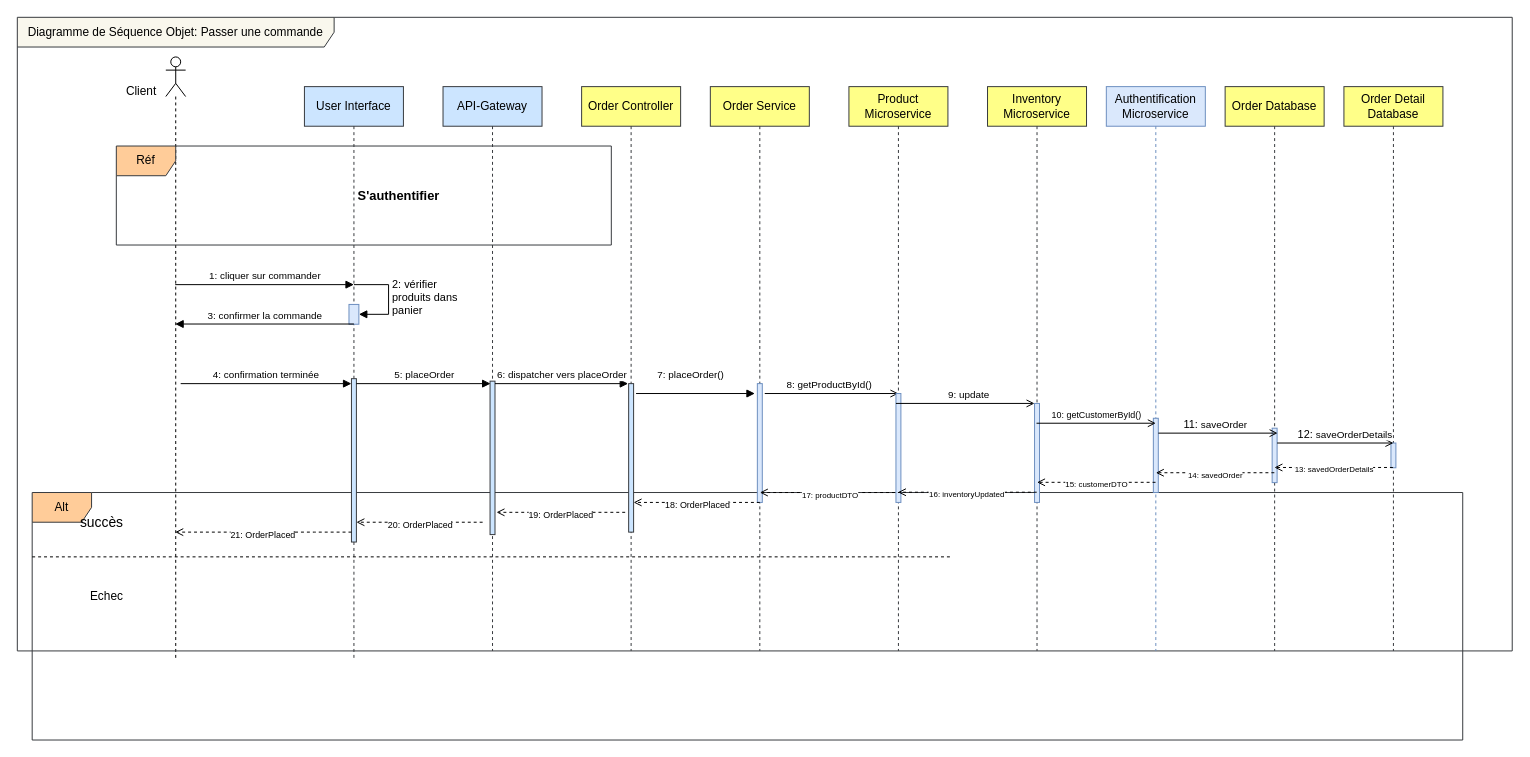
This is place-order.drawio from amine-elarass49/angular_doc, a draw.io file, before an edit. Source tidied: cells renumbered, new cells numbered last; positions are measured from the earlier drawing's top-left corner, leaving out a move shared by most shapes. Both pictures are drawn from the tidied source at 99%, with x=0, y=0 at pixel (17, 17).
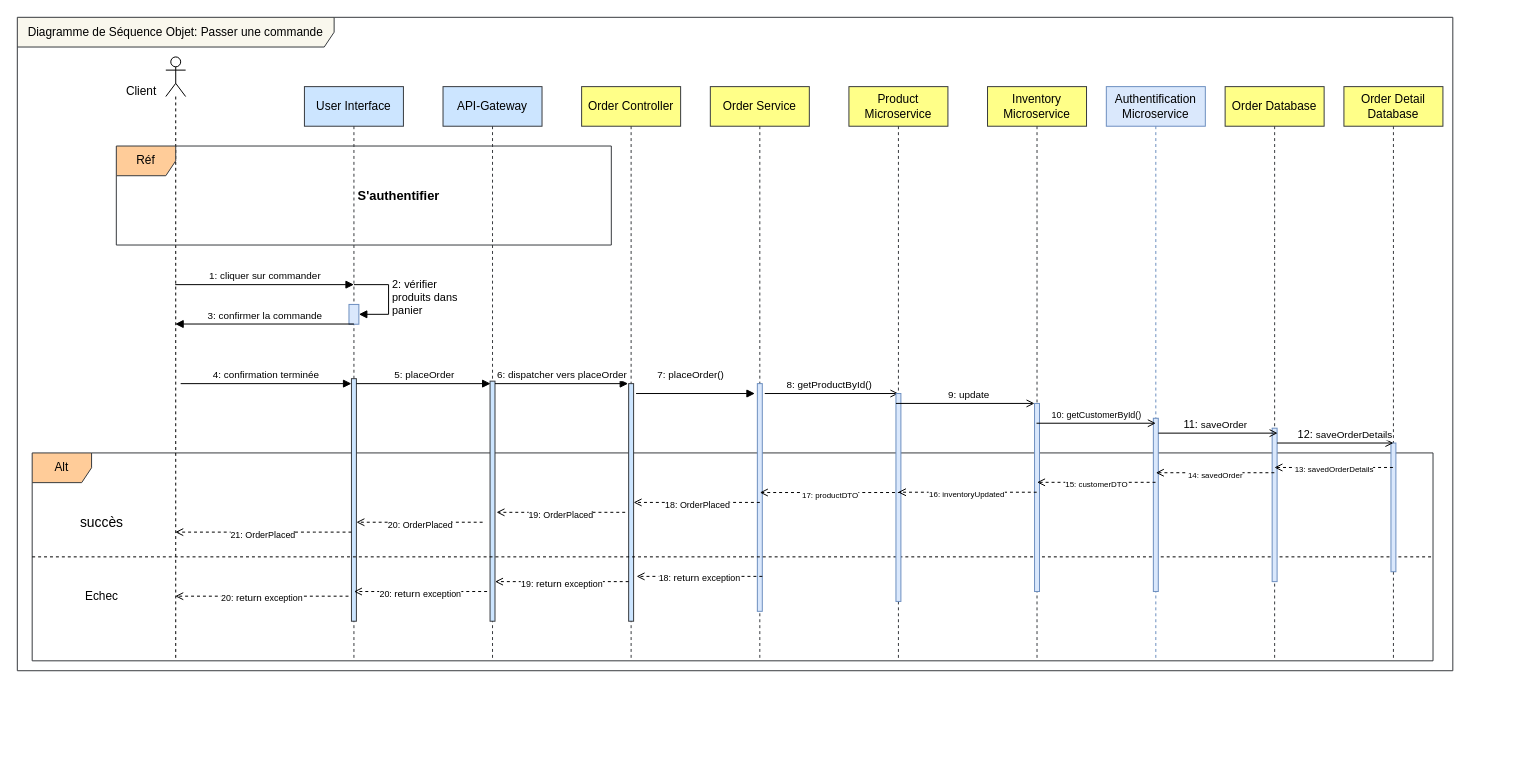
The same diagram, later.

The change refers to these unchanged cells:
```xml
<mxCell id="3" style="shape=umlLifeline;perimeter=lifelinePerimeter;whiteSpace=wrap;html=1;outlineConnect=0;portConstraint=eastwest;newEdgeStyle={&quot;curved&quot;:0,&quot;rounded&quot;:0};participant=umlActor;size=40;" parent="1" vertex="1">
  <mxGeometry x="150" y="40" width="20" height="610" as="geometry" />
</mxCell>
<mxCell id="4" value="User Interface" style="shape=umlLifeline;perimeter=lifelinePerimeter;whiteSpace=wrap;html=1;newEdgeStyle={&quot;curved&quot;:0,&quot;rounded&quot;:0};fillColor=#cce5ff;strokeColor=#36393d;" parent="1" vertex="1">
  <mxGeometry x="290" y="70" width="100" height="580" as="geometry" />
</mxCell>
```

Change to the diagram source:
```diff
@@
     <mxCell id="2" value="Alt" style="shape=umlFrame;whiteSpace=wrap;html=1;fillColor=#ffcc99;strokeColor=#36393d;" parent="1" vertex="1">
-      <mxGeometry x="15" y="480" width="1445" height="250" as="geometry" />
+      <mxGeometry x="15" y="440" width="1415" height="210" as="geometry" />
     </mxCell>
@@
     <mxCell id="5" style="html=1;points=[[0,0,0,0,5],[0,1,0,0,-5],[1,0,0,0,5],[1,1,0,0,-5]];perimeter=orthogonalPerimeter;outlineConnect=0;targetShapes=umlLifeline;portConstraint=eastwest;newEdgeStyle={&quot;curved&quot;:0,&quot;rounded&quot;:0};fillColor=#cce5ff;strokeColor=#36393d;" parent="4" vertex="1">
-      <mxGeometry x="47.5" y="295" width="5" height="165" as="geometry" />
+      <mxGeometry x="47.5" y="295" width="5" height="245" as="geometry" />
     </mxCell>
@@
     <mxCell id="7" value="API-Gateway" style="shape=umlLifeline;perimeter=lifelinePerimeter;whiteSpace=wrap;html=1;newEdgeStyle={&quot;curved&quot;:0,&quot;rounded&quot;:0};fillColor=#cce5ff;strokeColor=#36393d;" parent="1" vertex="1">
-      <mxGeometry x="430" y="70" width="100" height="570" as="geometry" />
+      <mxGeometry x="430" y="70" width="100" height="580" as="geometry" />
     </mxCell>
     <mxCell id="8" style="html=1;points=[[0,0,0,0,5],[0,1,0,0,-5],[1,0,0,0,5],[1,1,0,0,-5]];perimeter=orthogonalPerimeter;outlineConnect=0;targetShapes=umlLifeline;portConstraint=eastwest;newEdgeStyle={&quot;curved&quot;:0,&quot;rounded&quot;:0};fillColor=#cce5ff;strokeColor=#36393d;" parent="7" vertex="1">
-      <mxGeometry x="47.5" y="297.5" width="5" height="155" as="geometry" />
+      <mxGeometry x="47.5" y="297.5" width="5" height="242.5" as="geometry" />
     </mxCell>
     <mxCell id="9" value="Order Controller" style="shape=umlLifeline;perimeter=lifelinePerimeter;whiteSpace=wrap;html=1;newEdgeStyle={&quot;curved&quot;:0,&quot;rounded&quot;:0};fillColor=#ffff88;strokeColor=#36393d;" parent="1" vertex="1">
-      <mxGeometry x="570" y="70" width="100" height="570" as="geometry" />
+      <mxGeometry x="570" y="70" width="100" height="580" as="geometry" />
     </mxCell>
     <mxCell id="10" value="Order Service" style="shape=umlLifeline;perimeter=lifelinePerimeter;whiteSpace=wrap;html=1;newEdgeStyle={&quot;curved&quot;:0,&quot;rounded&quot;:0};fillColor=#ffff88;strokeColor=#36393d;" parent="1" vertex="1">
-      <mxGeometry x="700" y="70" width="100" height="570" as="geometry" />
+      <mxGeometry x="700" y="70" width="100" height="580" as="geometry" />
     </mxCell>
     <mxCell id="11" value="Product Microservice" style="shape=umlLifeline;perimeter=lifelinePerimeter;whiteSpace=wrap;html=1;outlineConnect=0;portConstraint=eastwest;newEdgeStyle={&quot;curved&quot;:0,&quot;rounded&quot;:0};fillColor=#ffff88;strokeColor=#36393d;" parent="1" vertex="1">
-      <mxGeometry x="840" y="70" width="100" height="570" as="geometry" />
+      <mxGeometry x="840" y="70" width="100" height="580" as="geometry" />
     </mxCell>
@@
     <mxCell id="18" style="html=1;points=[[0,0,0,0,5],[0,1,0,0,-5],[1,0,0,0,5],[1,1,0,0,-5]];perimeter=orthogonalPerimeter;outlineConnect=0;targetShapes=umlLifeline;portConstraint=eastwest;newEdgeStyle={&quot;curved&quot;:0,&quot;rounded&quot;:0};fillColor=#cce5ff;strokeColor=#36393d;" parent="1" vertex="1">
-      <mxGeometry x="617.5" y="370" width="5" height="150" as="geometry" />
+      <mxGeometry x="617.5" y="370" width="5" height="240" as="geometry" />
     </mxCell>
     <mxCell id="19" style="html=1;perimeter=orthogonalPerimeter;targetShapes=umlLifeline;newEdgeStyle={&quot;curved&quot;:0,&quot;rounded&quot;:0};fillColor=#dae8fc;strokeColor=#6c8ebf;" parent="1" vertex="1">
-      <mxGeometry x="747.5" y="370" width="5" height="120" as="geometry" />
+      <mxGeometry x="747.5" y="370" width="5" height="230" as="geometry" />
     </mxCell>
@@
     <mxCell id="22" value="Echec" style="text;html=1;align=center;verticalAlign=middle;strokeColor=none;fillColor=none;" parent="1" vertex="1">
-      <mxGeometry x="60" y="570" width="60" height="30" as="geometry" />
+      <mxGeometry x="55" y="570" width="60" height="30" as="geometry" />
     </mxCell>
@@
     <mxCell id="24" style="line;strokeWidth=1;fillColor=none;align=left;verticalAlign=middle;spacingTop=-1;spacingLeft=3;spacingRight=3;labelPosition=right;strokeColor=inherit;dashed=1;" parent="1" vertex="1">
-      <mxGeometry x="15" y="541" width="930" height="8" as="geometry" />
+      <mxGeometry x="15" y="541" width="1415" height="8" as="geometry" />
     </mxCell>
     <mxCell id="25" value="Diagramme de Séquence Objet: Passer une commande" style="shape=umlFrame;whiteSpace=wrap;html=1;width=320;height=30;fillColor=#f9f7ed;strokeColor=#36393d;" parent="1" vertex="1">
-      <mxGeometry width="1510" height="640" as="geometry" />
+      <mxGeometry width="1450" height="660" as="geometry" />
     </mxCell>
@@
     <mxCell id="28" value="Inventory Microservice" style="shape=umlLifeline;perimeter=lifelinePerimeter;whiteSpace=wrap;html=1;newEdgeStyle={&quot;curved&quot;:0,&quot;rounded&quot;:0};fillColor=#ffff88;strokeColor=#36393d;" parent="1" vertex="1">
-      <mxGeometry x="980" y="70" width="100" height="570" as="geometry" />
+      <mxGeometry x="980" y="70" width="100" height="580" as="geometry" />
     </mxCell>
     <mxCell id="29" style="html=1;points=[[0,0,0,0,5],[0,1,0,0,-5],[1,0,0,0,5],[1,1,0,0,-5]];perimeter=orthogonalPerimeter;outlineConnect=0;targetShapes=umlLifeline;portConstraint=eastwest;newEdgeStyle={&quot;curved&quot;:0,&quot;rounded&quot;:0};fillColor=#dae8fc;strokeColor=#6c8ebf;" parent="28" vertex="1">
-      <mxGeometry x="47.5" y="320" width="5" height="100" as="geometry" />
+      <mxGeometry x="47.5" y="320" width="5" height="190" as="geometry" />
     </mxCell>
     <mxCell id="30" value="Order Database" style="shape=umlLifeline;perimeter=lifelinePerimeter;whiteSpace=wrap;html=1;newEdgeStyle={&quot;curved&quot;:0,&quot;rounded&quot;:0};fillColor=#ffff88;strokeColor=#36393d;" parent="1" vertex="1">
-      <mxGeometry x="1220" y="70" width="100" height="570" as="geometry" />
+      <mxGeometry x="1220" y="70" width="100" height="580" as="geometry" />
     </mxCell>
     <mxCell id="31" style="html=1;points=[[0,0,0,0,5],[0,1,0,0,-5],[1,0,0,0,5],[1,1,0,0,-5]];perimeter=orthogonalPerimeter;outlineConnect=0;targetShapes=umlLifeline;portConstraint=eastwest;newEdgeStyle={&quot;curved&quot;:0,&quot;rounded&quot;:0};fillColor=#dae8fc;strokeColor=#6c8ebf;" parent="30" vertex="1">
-      <mxGeometry x="47.5" y="345" width="5" height="55" as="geometry" />
+      <mxGeometry x="47.5" y="345" width="5" height="155" as="geometry" />
     </mxCell>
@@
     <mxCell id="33" value="Authentification Microservice" style="shape=umlLifeline;perimeter=lifelinePerimeter;whiteSpace=wrap;html=1;newEdgeStyle={&quot;curved&quot;:0,&quot;rounded&quot;:0};fillColor=#dae8fc;strokeColor=#6c8ebf;" parent="1" vertex="1">
-      <mxGeometry x="1100" y="70" width="100" height="570" as="geometry" />
+      <mxGeometry x="1100" y="70" width="100" height="580" as="geometry" />
     </mxCell>
     <mxCell id="34" style="html=1;perimeter=orthogonalPerimeter;targetShapes=umlLifeline;newEdgeStyle={&quot;curved&quot;:0,&quot;rounded&quot;:0};fillColor=#dae8fc;strokeColor=#6c8ebf;" parent="33" vertex="1">
-      <mxGeometry x="47.5" y="335" width="5" height="75" as="geometry" />
+      <mxGeometry x="47.5" y="335" width="5" height="175" as="geometry" />
     </mxCell>
@@
     <mxCell id="36" value="Order Detail Database" style="shape=umlLifeline;perimeter=lifelinePerimeter;whiteSpace=wrap;html=1;newEdgeStyle={&quot;curved&quot;:0,&quot;rounded&quot;:0};fillColor=#ffff88;strokeColor=#36393d;" parent="1" vertex="1">
-      <mxGeometry x="1340" y="70" width="100" height="570" as="geometry" />
+      <mxGeometry x="1340" y="70" width="100" height="580" as="geometry" />
     </mxCell>
     <mxCell id="37" style="html=1;perimeter=orthogonalPerimeter;targetShapes=umlLifeline;newEdgeStyle={&quot;curved&quot;:0,&quot;rounded&quot;:0};fillColor=#dae8fc;strokeColor=#6c8ebf;" parent="36" vertex="1">
-      <mxGeometry x="47.5" y="360" width="5" height="25" as="geometry" />
+      <mxGeometry x="47.5" y="360" width="5" height="130" as="geometry" />
     </mxCell>
@@
     <mxCell id="42" style="html=1;perimeter=orthogonalPerimeter;targetShapes=umlLifeline;newEdgeStyle={&quot;curved&quot;:0,&quot;rounded&quot;:0};fillColor=#dae8fc;strokeColor=#6c8ebf;" parent="1" vertex="1">
-      <mxGeometry x="887.5" y="380" width="5" height="110" as="geometry" />
+      <mxGeometry x="887.5" y="380" width="5" height="210" as="geometry" />
     </mxCell>
@@
+    <mxCell id="60" style="html=1;verticalAlign=bottom;endArrow=open;rounded=0;dashed=1;endFill=0;" parent="1" edge="1">
+      <mxGeometry x="-0.08" y="10" relative="1" as="geometry">
+        <mxPoint x="752.5" y="564.7" as="sourcePoint" />
+        <mxPoint x="625.5" y="564.7" as="targetPoint" />
+      </mxGeometry>
+    </mxCell>
+    <mxCell id="61" value="&lt;font style=&quot;font-size: 9px;&quot;&gt;18: &lt;/font&gt;&lt;font style=&quot;font-size: 10px;&quot;&gt;return &lt;/font&gt;&lt;font style=&quot;font-size: 9px;&quot;&gt;exception&lt;br&gt;&lt;/font&gt;" style="edgeLabel;html=1;align=center;verticalAlign=middle;" parent="60" vertex="1">
+      <mxGeometry x="0.01" y="1" relative="1" as="geometry" />
+    </mxCell>
+    <mxCell id="62" style="html=1;verticalAlign=bottom;endArrow=open;rounded=0;dashed=1;endFill=0;" parent="1" edge="1" target="8">
+      <mxGeometry x="-0.08" y="10" relative="1" as="geometry">
+        <mxPoint x="617.5" y="570" as="sourcePoint" />
+      </mxGeometry>
+    </mxCell>
+    <mxCell id="63" value="&lt;font style=&quot;font-size: 9px;&quot;&gt;19: &lt;/font&gt;&lt;font style=&quot;font-size: 10px;&quot;&gt;return &lt;/font&gt;&lt;font style=&quot;font-size: 9px;&quot;&gt;exception&lt;/font&gt;" style="edgeLabel;html=1;align=center;verticalAlign=middle;" parent="62" vertex="1">
+      <mxGeometry x="0.01" y="1" relative="1" as="geometry" />
+    </mxCell>
+    <mxCell id="64" style="html=1;verticalAlign=bottom;endArrow=open;rounded=0;dashed=1;endFill=0;" parent="1" edge="1">
+      <mxGeometry x="-0.08" y="10" relative="1" as="geometry">
+        <mxPoint x="474.5" y="580" as="sourcePoint" />
+        <mxPoint x="340" y="580" as="targetPoint" />
+      </mxGeometry>
+    </mxCell>
+    <mxCell id="65" value="&lt;font style=&quot;font-size: 9px;&quot;&gt;20: &lt;/font&gt;&lt;font style=&quot;font-size: 10px;&quot;&gt;return &lt;/font&gt;&lt;font style=&quot;font-size: 9px;&quot;&gt;exception&lt;/font&gt;" style="edgeLabel;html=1;align=center;verticalAlign=middle;" parent="64" vertex="1">
+      <mxGeometry x="0.01" y="1" relative="1" as="geometry" />
+    </mxCell>
+    <mxCell id="66" style="html=1;verticalAlign=bottom;endArrow=open;rounded=0;dashed=1;endFill=0;" parent="1" edge="1" target="3">
+      <mxGeometry x="-0.08" y="10" relative="1" as="geometry">
+        <mxPoint x="334.5" y="584.7" as="sourcePoint" />
+      </mxGeometry>
+    </mxCell>
+    <mxCell id="67" value="&lt;font style=&quot;font-size: 9px;&quot;&gt;20: &lt;/font&gt;&lt;font style=&quot;font-size: 10px;&quot;&gt;return &lt;/font&gt;&lt;font style=&quot;font-size: 9px;&quot;&gt;exception&lt;/font&gt;" style="edgeLabel;html=1;align=center;verticalAlign=middle;" parent="66" vertex="1">
+      <mxGeometry x="0.01" y="1" relative="1" as="geometry" />
+    </mxCell>
```
